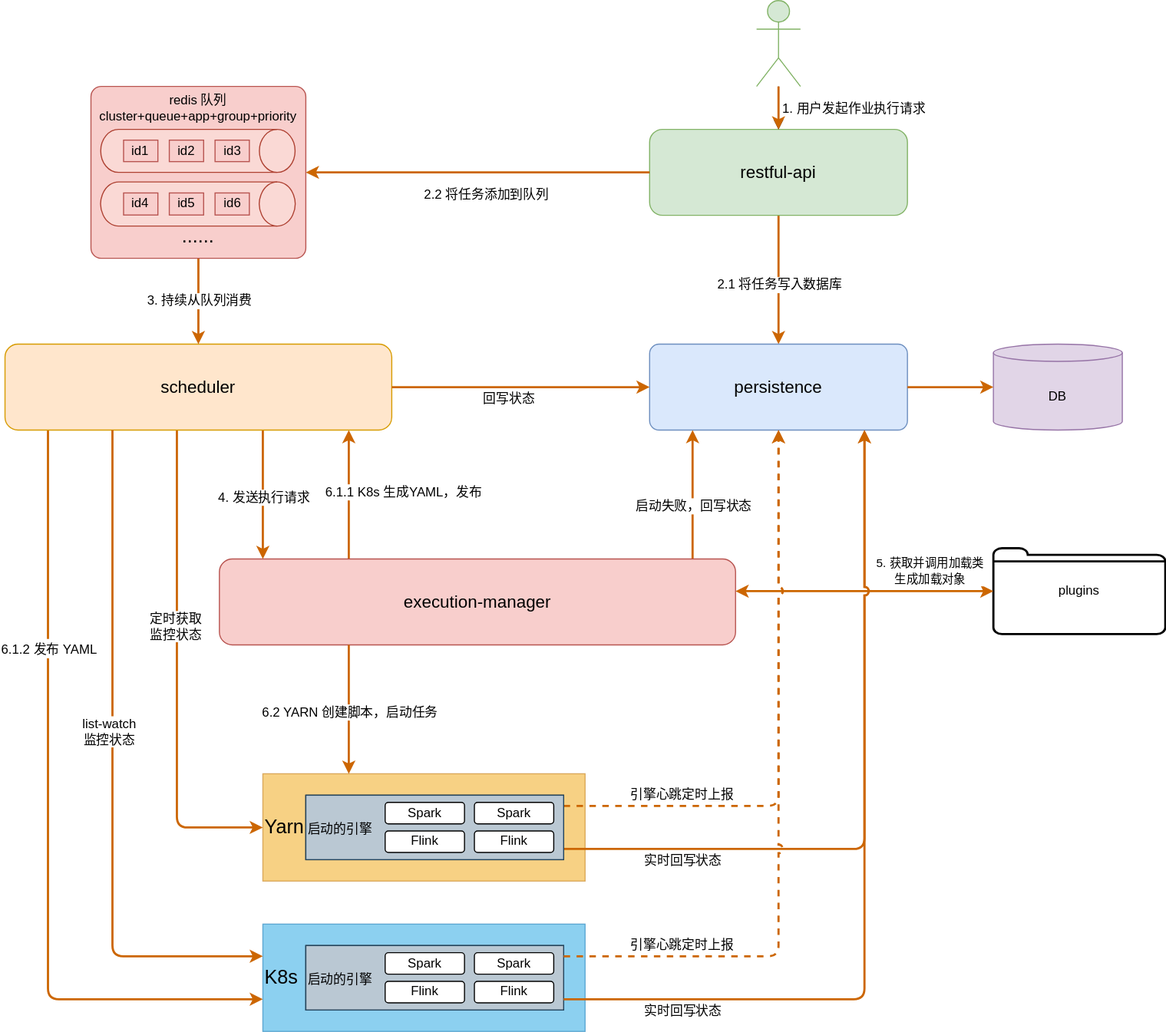
Above: doc/assets/img/engine_execution.svg in rarexixi/maple (draw.io), before the change. Source tidied: cells renumbered, new cells last; positions are measured from the earlier drawing's top-left corner, leaving out a move shared by most shapes.
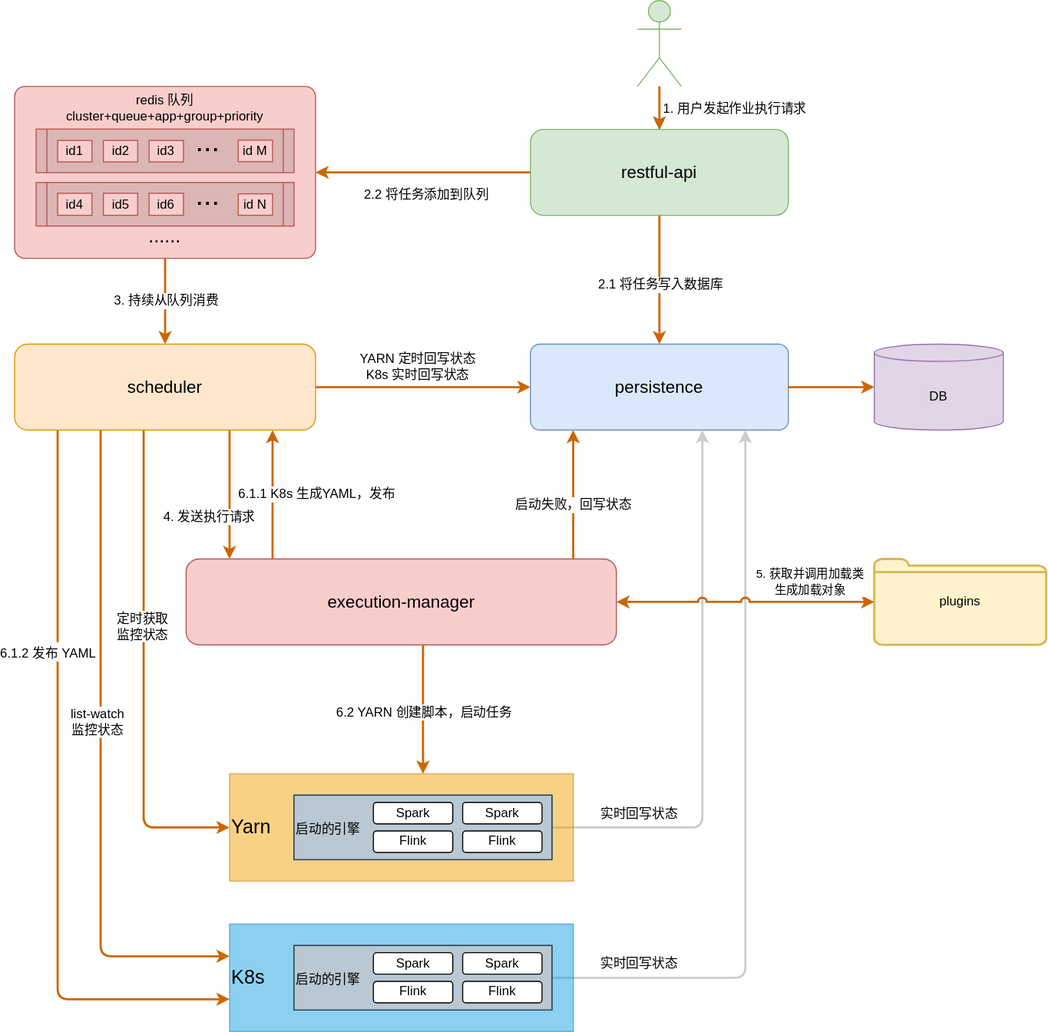
After the commit.

Commit message:
架构图修改

Change to the diagram source:
```diff
@@ -4,6 +4,39 @@
     <mxCell id="1" parent="0" />
+    <mxCell id="50" style="rounded=1;whiteSpace=wrap;html=1;arcSize=6;fillColor=#f8cecc;strokeColor=#b85450;" parent="1" vertex="1">
+      <mxGeometry x="40" y="80" width="280" height="160" as="geometry" />
+    </mxCell>
+    <mxCell id="70" style="shape=process;whiteSpace=wrap;html=1;backgroundOutline=1;fillColor=#DBB6B4;size=0.041666666666666664;strokeColor=#b85450;" parent="1" vertex="1">
+      <mxGeometry x="60" y="169.4" width="240" height="40.5" as="geometry" />
+    </mxCell>
+    <mxCell id="71" style="shape=process;whiteSpace=wrap;html=1;backgroundOutline=1;fillColor=#DBB6B4;size=0.041666666666666664;strokeColor=#b85450;" parent="1" vertex="1">
+      <mxGeometry x="60" y="119.7" width="240" height="40.5" as="geometry" />
+    </mxCell>
+    <mxCell id="68" style="edgeStyle=orthogonalEdgeStyle;html=1;fontSize=12;startArrow=none;startFill=0;endArrow=classic;endFill=1;strokeWidth=2;strokeColor=#CCCCCC;jumpStyle=arc;" parent="1" edge="1" source="43" target="8">
+      <mxGeometry relative="1" as="geometry">
+        <Array as="points">
+          <mxPoint x="720" y="910" />
+        </Array>
+      </mxGeometry>
+    </mxCell>
+    <mxCell id="69" value="实时回写状态" style="edgeLabel;html=1;align=center;verticalAlign=middle;fontSize=12;" parent="68" vertex="1">
+      <mxGeometry x="-0.12" y="-4" relative="1" as="geometry">
+        <mxPoint x="-104" y="110" as="offset" />
+      </mxGeometry>
+    </mxCell>
+    <mxCell id="36" style="edgeStyle=orthogonalEdgeStyle;html=1;fontSize=12;startArrow=none;startFill=0;endArrow=classic;endFill=1;strokeWidth=2;strokeColor=#CCCCCC;jumpStyle=arc;" parent="1" edge="1" source="62" target="8">
+      <mxGeometry relative="1" as="geometry">
+        <Array as="points">
+          <mxPoint x="680" y="770" />
+        </Array>
+      </mxGeometry>
+    </mxCell>
+    <mxCell id="37" value="实时回写状态" style="edgeLabel;html=1;align=center;verticalAlign=middle;fontSize=12;" parent="36" vertex="1">
+      <mxGeometry x="-0.12" y="-4" relative="1" as="geometry">
+        <mxPoint x="-64" y="72" as="offset" />
+      </mxGeometry>
+    </mxCell>
     <mxCell id="2" style="group;" parent="1" vertex="1">
-      <mxGeometry x="920" y="510" width="160" height="80" as="geometry" />
+      <mxGeometry x="840" y="520" width="160" height="80" as="geometry" />
     </mxCell>
-    <mxCell id="3" style="html=1;verticalLabelPosition=bottom;align=center;labelBackgroundColor=#ffffff;verticalAlign=top;strokeWidth=2;shadow=0;dashed=0;shape=mxgraph.ios7.icons.folder;fontSize=12;" parent="2" vertex="1">
+    <mxCell id="3" style="html=1;verticalLabelPosition=bottom;align=center;labelBackgroundColor=#ffffff;verticalAlign=top;strokeWidth=2;shadow=0;dashed=0;shape=mxgraph.ios7.icons.folder;fontSize=12;fillColor=#fff2cc;strokeColor=#d6b656;" parent="2" vertex="1">
       <mxGeometry width="160" height="80" as="geometry" />
@@ -22,9 +55,9 @@
     <mxCell id="7" value="&lt;p style=&quot;font-size: 16px;&quot;&gt;restful-api&lt;/p&gt;" style="rounded=1;whiteSpace=wrap;html=1;fillColor=#d5e8d4;strokeColor=#82b366;fontSize=16;" parent="1" vertex="1">
-      <mxGeometry x="600" y="120" width="240" height="80" as="geometry" />
+      <mxGeometry x="520" y="120" width="240" height="80" as="geometry" />
     </mxCell>
     <mxCell id="8" value="persistence" style="rounded=1;whiteSpace=wrap;html=1;arcSize=11;fillColor=#dae8fc;strokeColor=#6c8ebf;fontSize=16;" parent="1" vertex="1">
-      <mxGeometry x="600" y="320" width="240" height="80" as="geometry" />
+      <mxGeometry x="520" y="320" width="240" height="80" as="geometry" />
     </mxCell>
     <mxCell id="9" value="&lt;font style=&quot;font-size: 12px;&quot;&gt;DB&lt;/font&gt;" style="shape=cylinder3;whiteSpace=wrap;html=1;boundedLbl=1;backgroundOutline=1;size=8;fontSize=18;fillColor=#e1d5e7;strokeColor=#9673a6;" parent="1" vertex="1">
-      <mxGeometry x="920" y="320" width="120" height="80" as="geometry" />
+      <mxGeometry x="840" y="320" width="120" height="80" as="geometry" />
     </mxCell>
@@ -49,7 +82,9 @@
     </mxCell>
-    <mxCell id="15" style="html=1;strokeWidth=2;strokeColor=#CC6600;edgeStyle=elbowEdgeStyle;" parent="1" edge="1" source="21" target="8">
+    <mxCell id="15" style="html=1;strokeWidth=2;strokeColor=#CC6600;edgeStyle=elbowEdgeStyle;" parent="1" edge="1">
       <mxGeometry relative="1" as="geometry">
+        <mxPoint x="559.8" y="520" as="sourcePoint" />
+        <mxPoint x="559.8" y="400" as="targetPoint" />
         <Array as="points">
-          <mxPoint x="640" y="420" />
-          <mxPoint x="610" y="380" />
+          <mxPoint x="559.8" y="420" />
+          <mxPoint x="529.8" y="380" />
         </Array>
@@ -78,4 +113,4 @@
         <Array as="points">
-          <mxPoint x="320" y="430" />
-          <mxPoint x="320" y="430" />
+          <mxPoint x="280" y="440" />
+          <mxPoint x="280" y="440" />
         </Array>
@@ -85,3 +120,3 @@
       <mxGeometry x="0.11" y="2" relative="1" as="geometry">
-        <mxPoint x="52" y="4" as="offset" />
+        <mxPoint x="42" y="6" as="offset" />
       </mxGeometry>
@@ -89,3 +124,3 @@
     <mxCell id="21" value="&lt;p style=&quot;font-size: 16px;&quot;&gt;execution-manager&lt;br style=&quot;font-size: 16px;&quot;&gt;&lt;/p&gt;" style="rounded=1;whiteSpace=wrap;html=1;fontSize=16;fillColor=#f8cecc;strokeColor=#b85450;" parent="1" vertex="1">
-      <mxGeometry x="199.6" y="520" width="480.4" height="80" as="geometry" />
+      <mxGeometry x="199.6" y="520" width="400.4" height="80" as="geometry" />
     </mxCell>
@@ -94,3 +129,3 @@
         <Array as="points">
-          <mxPoint x="240" y="450" />
+          <mxPoint x="240" y="440" />
           <mxPoint x="200" y="440" />
@@ -106,3 +141,3 @@
       <mxGeometry x="-0.17" y="2" relative="1" as="geometry">
-        <mxPoint x="-2" y="12" as="offset" />
+        <mxPoint x="-22" y="30" as="offset" />
       </mxGeometry>
@@ -112,3 +147,3 @@
         <Array as="points">
-          <mxPoint x="40" y="930" />
+          <mxPoint x="80" y="930" />
         </Array>
@@ -117,20 +152,10 @@
     <mxCell id="25" value="&lt;font style=&quot;font-size: 12px;&quot;&gt;6.1.2 发布 YAML&lt;/font&gt;" style="edgeLabel;html=1;align=center;verticalAlign=middle;fontSize=15;" parent="24" vertex="1">
-      <mxGeometry x="-0.45" relative="1" as="geometry" />
+      <mxGeometry x="-0.45" relative="1" as="geometry">
+        <mxPoint x="-10" y="14" as="offset" />
+      </mxGeometry>
     </mxCell>
     <mxCell id="26" value="&lt;p style=&quot;font-size: 16px;&quot;&gt;scheduler&lt;/p&gt;" style="rounded=1;whiteSpace=wrap;html=1;fillColor=#ffe6cc;strokeColor=#d79b00;fontSize=16;" parent="1" vertex="1">
-      <mxGeometry y="320" width="360" height="80" as="geometry" />
+      <mxGeometry x="40" y="320" width="280" height="80" as="geometry" />
     </mxCell>
-    <mxCell id="27" style="endArrow=classic;startArrow=classic;html=1;fontSize=12;edgeStyle=orthogonalEdgeStyle;elbow=vertical;strokeWidth=2;strokeColor=#CC6600;jumpStyle=arc;" parent="1" edge="1" source="4" target="21">
-      <mxGeometry relative="1" as="geometry">
-        <Array as="points">
-          <mxPoint x="570" y="550" />
-        </Array>
-      </mxGeometry>
-    </mxCell>
-    <mxCell id="28" value="&lt;span style=&quot;font-size: 11px;&quot;&gt;5. 获取并调用加载类&lt;/span&gt;&lt;br style=&quot;border-color: var(--border-color); font-size: 11px;&quot;&gt;&lt;span style=&quot;font-size: 11px;&quot;&gt;生成加载对象&lt;/span&gt;" style="edgeLabel;html=1;align=center;verticalAlign=middle;fontSize=12;" parent="27" vertex="1">
-      <mxGeometry x="0.26" y="4" relative="1" as="geometry">
-        <mxPoint x="92" y="-24" as="offset" />
-      </mxGeometry>
-    </mxCell>
-    <mxCell id="29" style="edgeStyle=none;html=1;fontSize=12;strokeWidth=2;strokeColor=#CC6600;" parent="1" edge="1" source="30" target="7">
+    <mxCell id="29" style="edgeStyle=orthogonalEdgeStyle;html=1;fontSize=12;strokeWidth=2;strokeColor=#CC6600;" parent="1" edge="1" source="30" target="7">
       <mxGeometry relative="1" as="geometry" />
@@ -138,3 +163,3 @@
     <mxCell id="30" style="shape=umlActor;verticalLabelPosition=bottom;verticalAlign=top;html=1;outlineConnect=0;fontSize=12;fillColor=#d5e8d4;strokeColor=#82b366;" parent="1" vertex="1">
-      <mxGeometry x="699.6" width="40.9" height="80" as="geometry" />
+      <mxGeometry x="619.6" width="40.9" height="80" as="geometry" />
     </mxCell>
@@ -154,26 +179,7 @@
     <mxCell id="33" value="&lt;font color=&quot;#000000&quot;&gt;K8s&lt;/font&gt;" style="rounded=1;whiteSpace=wrap;html=1;fontSize=18;arcSize=0;fillColor=#1ba1e2;align=left;strokeColor=#006EAF;opacity=50;fontColor=#ffffff;" parent="1" vertex="1">
-      <mxGeometry x="240" y="860" width="300" height="100" as="geometry" />
+      <mxGeometry x="240" y="860" width="320" height="100" as="geometry" />
     </mxCell>
     <mxCell id="34" value="Yarn" style="rounded=1;whiteSpace=wrap;html=1;fontSize=18;arcSize=0;fillColor=#f0a30a;align=left;strokeColor=#BD7000;opacity=50;fontColor=#000000;" parent="1" vertex="1">
-      <mxGeometry x="240" y="720" width="300" height="100" as="geometry" />
+      <mxGeometry x="240" y="720" width="320" height="100" as="geometry" />
     </mxCell>
-    <mxCell id="35" value="引擎心跳定时上报" style="html=1;fontSize=12;startArrow=none;startFill=0;endArrow=classic;endFill=1;dashed=1;elbow=vertical;edgeStyle=orthogonalEdgeStyle;strokeWidth=2;strokeColor=#CC6600;jumpStyle=arc;" parent="1" edge="1" source="62" target="8">
-      <mxGeometry x="-0.6" y="10" relative="1" as="geometry">
-        <Array as="points">
-          <mxPoint x="720" y="750" />
-        </Array>
-      </mxGeometry>
-    </mxCell>
-    <mxCell id="36" style="edgeStyle=orthogonalEdgeStyle;html=1;fontSize=12;startArrow=none;startFill=0;endArrow=classic;endFill=1;strokeWidth=2;strokeColor=#CC6600;jumpStyle=arc;" parent="1" edge="1" source="62" target="8">
-      <mxGeometry relative="1" as="geometry">
-        <Array as="points">
-          <mxPoint x="800" y="790" />
-        </Array>
-      </mxGeometry>
-    </mxCell>
-    <mxCell id="37" value="实时回写状态" style="edgeLabel;html=1;align=center;verticalAlign=middle;fontSize=12;" parent="36" vertex="1">
-      <mxGeometry x="-0.12" y="-4" relative="1" as="geometry">
-        <mxPoint x="-174" y="25" as="offset" />
-      </mxGeometry>
-    </mxCell>
     <mxCell id="38" style="html=1;fontSize=12;startArrow=none;startFill=0;endArrow=classic;endFill=1;strokeWidth=2;strokeColor=#CC6600;edgeStyle=orthogonalEdgeStyle;elbow=vertical;" parent="1" edge="1" source="21" target="34">
@@ -181,4 +187,4 @@
         <Array as="points">
-          <mxPoint x="320" y="660" />
-          <mxPoint x="320" y="660" />
+          <mxPoint x="420" y="650" />
+          <mxPoint x="420" y="650" />
         </Array>
@@ -194,3 +200,3 @@
         <Array as="points">
-          <mxPoint x="100" y="890" />
+          <mxPoint x="120" y="890" />
         </Array>
@@ -204,3 +210,3 @@
     <mxCell id="42" style="group;fillColor=#cce5ff;strokeColor=#36393d;" parent="1" vertex="1">
-      <mxGeometry x="280" y="880" width="240" height="60" as="geometry" />
+      <mxGeometry x="300" y="880" width="240" height="60" as="geometry" />
     </mxCell>
@@ -229,10 +235,7 @@
     </mxCell>
-    <mxCell id="49" value="&lt;font style=&quot;font-size: 12px;&quot;&gt;回写状态&lt;/font&gt;" style="edgeLabel;html=1;align=center;verticalAlign=middle;" parent="48" vertex="1">
+    <mxCell id="49" value="&lt;font style=&quot;font-size: 12px;&quot;&gt;YARN 定时回写状态&lt;br&gt;K8s 实时回写状态&lt;br&gt;&lt;/font&gt;" style="edgeLabel;html=1;align=center;verticalAlign=middle;" parent="48" vertex="1">
       <mxGeometry x="-0.11" y="-1" relative="1" as="geometry">
-        <mxPoint x="1" y="9" as="offset" />
+        <mxPoint x="6" y="-21" as="offset" />
       </mxGeometry>
     </mxCell>
-    <mxCell id="50" style="rounded=1;whiteSpace=wrap;html=1;arcSize=6;fillColor=#f8cecc;strokeColor=#b85450;" parent="1" vertex="1">
-      <mxGeometry x="80" y="80" width="200" height="160" as="geometry" />
-    </mxCell>
     <mxCell id="51" value="redis 队列&lt;br&gt;cluster+queue+app+group+priority" style="text;html=1;strokeColor=none;fillColor=none;align=center;verticalAlign=middle;whiteSpace=wrap;rounded=0;fontSize=12;" parent="1" vertex="1">
@@ -243,28 +246,22 @@
     </mxCell>
-    <mxCell id="53" style="strokeWidth=1;html=1;shape=mxgraph.flowchart.direct_data;whiteSpace=wrap;fillColor=#fad9d5;strokeColor=#ae4132;" parent="1" vertex="1">
-      <mxGeometry x="89.1" y="120" width="180.9" height="40" as="geometry" />
-    </mxCell>
     <mxCell id="54" value="id1" style="rounded=0;whiteSpace=wrap;html=1;fontSize=12;fillColor=#f8cecc;strokeColor=#b85450;" parent="1" vertex="1">
-      <mxGeometry x="110.4" y="130" width="31.9" height="20" as="geometry" />
+      <mxGeometry x="80" y="130.3" width="31.9" height="20" as="geometry" />
     </mxCell>
     <mxCell id="55" value="id2" style="rounded=0;whiteSpace=wrap;html=1;fontSize=12;fillColor=#f8cecc;strokeColor=#b85450;" parent="1" vertex="1">
-      <mxGeometry x="152.9" y="130" width="31.9" height="20" as="geometry" />
+      <mxGeometry x="122.6" y="130.3" width="31.9" height="20" as="geometry" />
     </mxCell>
     <mxCell id="56" value="id3" style="rounded=0;whiteSpace=wrap;html=1;fontSize=12;fillColor=#f8cecc;strokeColor=#b85450;" parent="1" vertex="1">
-      <mxGeometry x="195.5" y="130" width="31.9" height="20" as="geometry" />
+      <mxGeometry x="165.1" y="130.3" width="31.9" height="20" as="geometry" />
     </mxCell>
-    <mxCell id="57" style="strokeWidth=1;html=1;shape=mxgraph.flowchart.direct_data;whiteSpace=wrap;fillColor=#fad9d5;strokeColor=#ae4132;" parent="1" vertex="1">
-      <mxGeometry x="89.1" y="168.9" width="180.9" height="41.1" as="geometry" />
-    </mxCell>
     <mxCell id="58" value="id4" style="rounded=0;whiteSpace=wrap;html=1;fontSize=12;fillColor=#f8cecc;strokeColor=#b85450;" parent="1" vertex="1">
-      <mxGeometry x="110.4" y="179.2" width="31.9" height="20.6" as="geometry" />
+      <mxGeometry x="80" y="179.4" width="31.9" height="20.6" as="geometry" />
     </mxCell>
     <mxCell id="59" value="id5" style="rounded=0;whiteSpace=wrap;html=1;fontSize=12;fillColor=#f8cecc;strokeColor=#b85450;" parent="1" vertex="1">
-      <mxGeometry x="152.9" y="179.2" width="31.9" height="20.6" as="geometry" />
+      <mxGeometry x="122.6" y="179.4" width="31.9" height="20.6" as="geometry" />
     </mxCell>
     <mxCell id="60" value="id6" style="rounded=0;whiteSpace=wrap;html=1;fontSize=12;fillColor=#f8cecc;strokeColor=#b85450;" parent="1" vertex="1">
-      <mxGeometry x="195.5" y="179.2" width="31.9" height="20.6" as="geometry" />
+      <mxGeometry x="165.1" y="179.4" width="31.9" height="20.6" as="geometry" />
     </mxCell>
     <mxCell id="61" style="group;fillColor=#cce5ff;strokeColor=#36393d;" parent="1" vertex="1">
-      <mxGeometry x="280" y="740" width="240" height="60" as="geometry" />
+      <mxGeometry x="300" y="740" width="240" height="60" as="geometry" />
     </mxCell>
@@ -285,21 +282,22 @@
     </mxCell>
-    <mxCell id="67" value="引擎心跳定时上报" style="html=1;fontSize=12;startArrow=none;startFill=0;endArrow=classic;endFill=1;dashed=1;elbow=vertical;edgeStyle=orthogonalEdgeStyle;strokeWidth=2;strokeColor=#CC6600;jumpStyle=arc;" parent="1" edge="1" source="43" target="8">
-      <mxGeometry x="-0.68" y="10" relative="1" as="geometry">
-        <Array as="points">
-          <mxPoint x="720" y="890" />
-        </Array>
-      </mxGeometry>
-    </mxCell>
-    <mxCell id="68" style="edgeStyle=orthogonalEdgeStyle;html=1;fontSize=12;startArrow=none;startFill=0;endArrow=classic;endFill=1;strokeWidth=2;strokeColor=#CC6600;jumpStyle=arc;" parent="1" edge="1" source="43" target="8">
-      <mxGeometry relative="1" as="geometry">
-        <Array as="points">
-          <mxPoint x="800" y="930" />
-        </Array>
-      </mxGeometry>
-    </mxCell>
-    <mxCell id="69" value="实时回写状态" style="edgeLabel;html=1;align=center;verticalAlign=middle;fontSize=12;" parent="68" vertex="1">
-      <mxGeometry x="-0.12" y="-4" relative="1" as="geometry">
-        <mxPoint x="-174" y="86" as="offset" />
-      </mxGeometry>
-    </mxCell>
+    <mxCell id="27" style="endArrow=classic;startArrow=classic;html=1;fontSize=12;edgeStyle=orthogonalEdgeStyle;elbow=vertical;strokeWidth=2;strokeColor=#CC6600;jumpStyle=arc;jumpSize=6;" parent="1" edge="1" source="4" target="21">
+      <mxGeometry relative="1" as="geometry" />
+    </mxCell>
+    <mxCell id="28" value="&lt;span style=&quot;font-size: 11px;&quot;&gt;5. 获取并调用加载类&lt;/span&gt;&lt;br style=&quot;border-color: var(--border-color); font-size: 11px;&quot;&gt;&lt;span style=&quot;font-size: 11px;&quot;&gt;生成加载对象&lt;/span&gt;" style="edgeLabel;html=1;align=center;verticalAlign=middle;fontSize=12;" parent="27" vertex="1">
+      <mxGeometry x="0.26" y="4" relative="1" as="geometry">
+        <mxPoint x="91" y="-24" as="offset" />
+      </mxGeometry>
+    </mxCell>
+    <mxCell id="72" value="id M" style="rounded=0;whiteSpace=wrap;html=1;fontSize=12;fillColor=#f8cecc;strokeColor=#b85450;" parent="1" vertex="1">
+      <mxGeometry x="248.1" y="130" width="31.9" height="20" as="geometry" />
+    </mxCell>
+    <mxCell id="73" value="id N" style="rounded=0;whiteSpace=wrap;html=1;fontSize=12;fillColor=#f8cecc;strokeColor=#b85450;" parent="1" vertex="1">
+      <mxGeometry x="248.1" y="180" width="31.9" height="20" as="geometry" />
+    </mxCell>
+    <mxCell id="74" value="&lt;font style=&quot;font-size: 27px;&quot;&gt;...&lt;/font&gt;" style="text;html=1;strokeColor=none;fillColor=none;align=center;verticalAlign=bottom;whiteSpace=wrap;rounded=0;" parent="1" vertex="1">
+      <mxGeometry x="200" y="130.3" width="40" height="20" as="geometry" />
+    </mxCell>
+    <mxCell id="75" value="&lt;font style=&quot;font-size: 27px;&quot;&gt;...&lt;/font&gt;" style="text;html=1;strokeColor=none;fillColor=none;align=center;verticalAlign=bottom;whiteSpace=wrap;rounded=0;" parent="1" vertex="1">
+      <mxGeometry x="200" y="180" width="40" height="20" as="geometry" />
+    </mxCell>
   </root>
```
